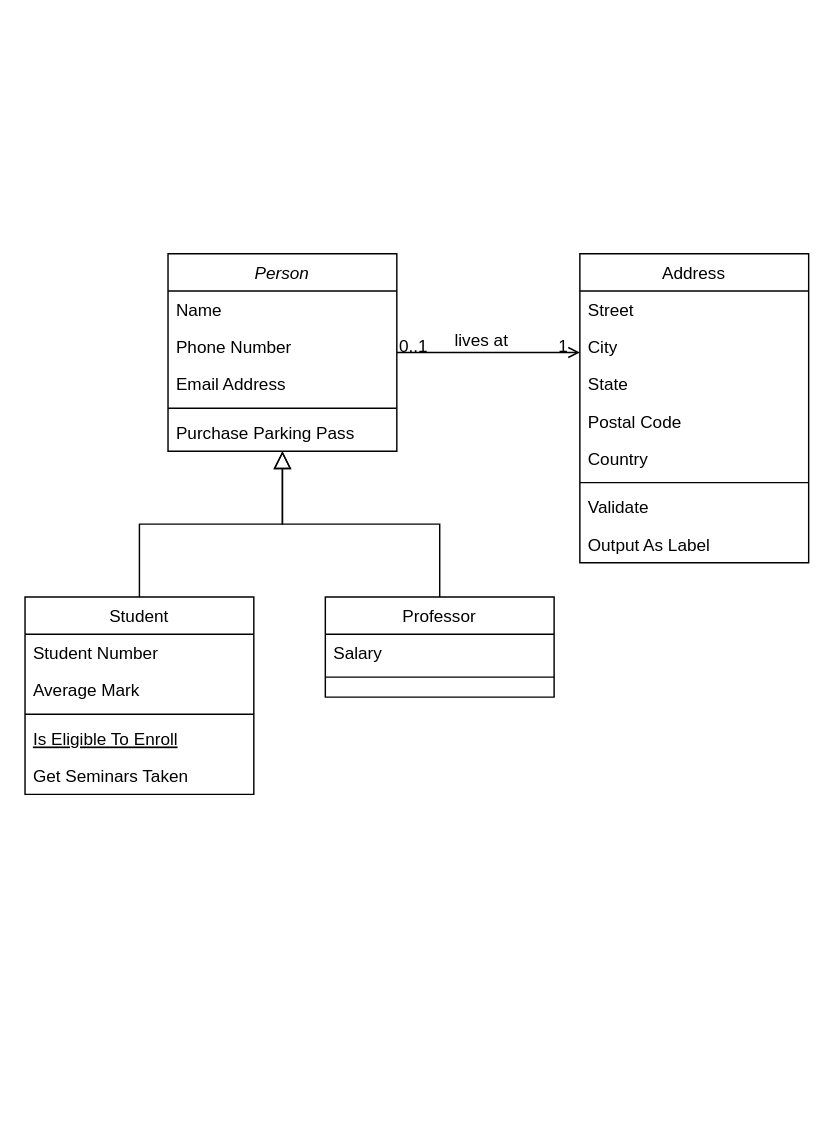
The draw.io diagram src/auth/models/Untitled Diagram.drawio in MariamAlshammari/auth-api, before the edit. Source tidied: cells renumbered, new cells numbered last; positions are measured from the earlier drawing's top-left corner, leaving out a move shared by most shapes. Both pictures are drawn from the tidied source at 143%, with x=0, y=0 at pixel (24, 253).
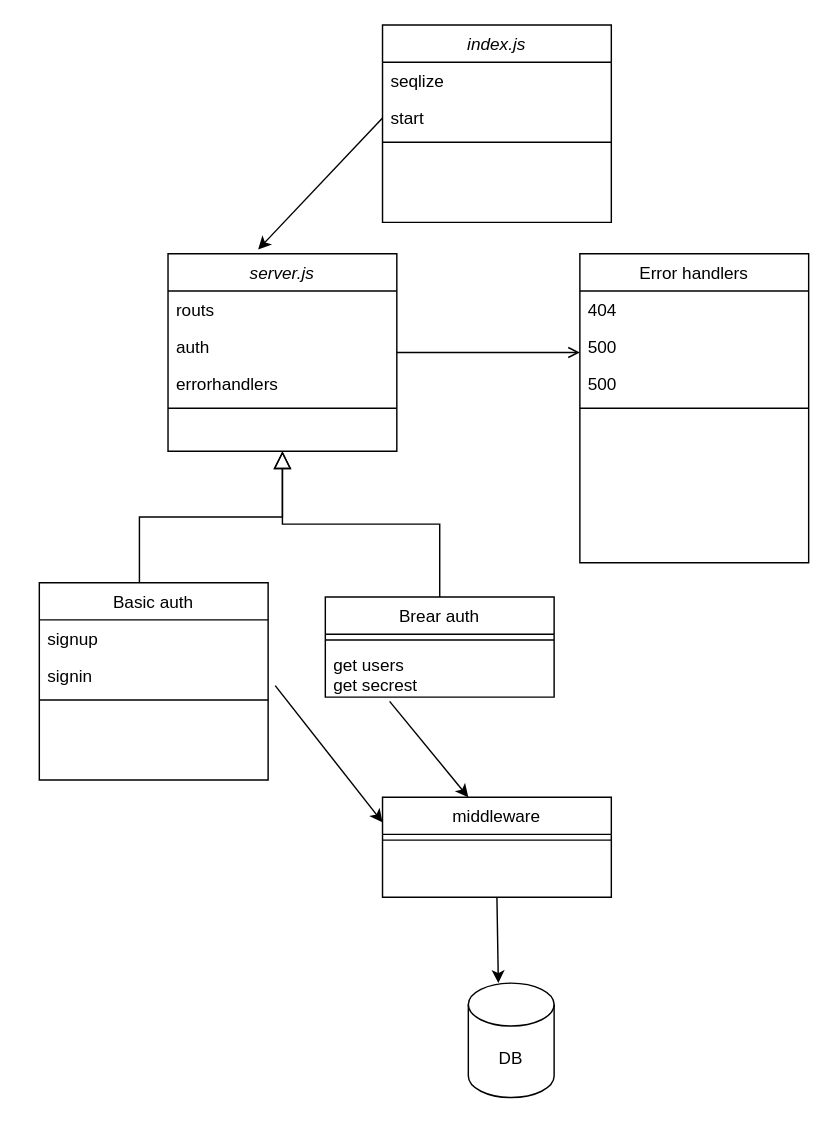
After the change.

Unchanged cells that the change refers to:
```xml
<mxCell id="28" style="endArrow=open;shadow=0;strokeWidth=1;rounded=0;endFill=1;edgeStyle=elbowEdgeStyle;elbow=vertical;" parent="1" edge="1" source="2" target="19">
  <mxGeometry x="0.5" y="41" relative="1" as="geometry">
    <mxPoint x="-40" y="32" as="offset" />
  </mxGeometry>
</mxCell>
```

What changed in the source:
```diff
@@
-    <mxCell id="2" value="Person" style="swimlane;fontStyle=2;align=center;verticalAlign=top;horizontal=1;startSize=26;rounded=0;shadow=0;strokeWidth=1;" parent="1" vertex="1">
+    <mxCell id="2" value="server.js" style="swimlane;fontStyle=2;align=center;verticalAlign=top;horizontal=1;startSize=26;rounded=0;shadow=0;strokeWidth=1;" parent="1" vertex="1">
       <mxGeometry x="100" width="160" height="138" as="geometry" />
     </mxCell>
-    <mxCell id="3" value="Name" style="text;align=left;verticalAlign=top;spacingLeft=4;spacingRight=4;overflow=hidden;" parent="2" vertex="1">
+    <mxCell id="3" value="routs        " style="text;align=left;verticalAlign=top;spacingLeft=4;spacingRight=4;overflow=hidden;" parent="2" vertex="1">
       <mxGeometry y="26" width="160" height="26" as="geometry" />
     </mxCell>
-    <mxCell id="4" value="Phone Number" style="text;align=left;verticalAlign=top;spacingLeft=4;spacingRight=4;overflow=hidden;rounded=0;shadow=0;html=0;" parent="2" vertex="1">
+    <mxCell id="4" value="auth" style="text;align=left;verticalAlign=top;spacingLeft=4;spacingRight=4;overflow=hidden;rounded=0;shadow=0;html=0;" parent="2" vertex="1">
       <mxGeometry y="52" width="160" height="26" as="geometry" />
     </mxCell>
-    <mxCell id="5" value="Email Address" style="text;align=left;verticalAlign=top;spacingLeft=4;spacingRight=4;overflow=hidden;rounded=0;shadow=0;html=0;" parent="2" vertex="1">
+    <mxCell id="5" value="errorhandlers" style="text;align=left;verticalAlign=top;spacingLeft=4;spacingRight=4;overflow=hidden;rounded=0;shadow=0;html=0;" parent="2" vertex="1">
       <mxGeometry y="78" width="160" height="26" as="geometry" />
     </mxCell>
@@
-    <mxCell id="7" value="Purchase Parking Pass" style="text;align=left;verticalAlign=top;spacingLeft=4;spacingRight=4;overflow=hidden;" parent="2" vertex="1">
-      <mxGeometry y="112" width="160" height="26" as="geometry" />
-    </mxCell>
-    <mxCell id="8" value="Student" style="swimlane;fontStyle=0;align=center;verticalAlign=top;horizontal=1;startSize=26;rounded=0;shadow=0;strokeWidth=1;" parent="1" vertex="1">
-      <mxGeometry y="240" width="160" height="138" as="geometry" />
+    <mxCell id="8" value="Basic auth" style="swimlane;fontStyle=0;align=center;verticalAlign=top;horizontal=1;startSize=26;rounded=0;shadow=0;strokeWidth=1;" parent="1" vertex="1">
+      <mxGeometry x="10" y="230" width="160" height="138" as="geometry" />
     </mxCell>
-    <mxCell id="9" value="Student Number" style="text;align=left;verticalAlign=top;spacingLeft=4;spacingRight=4;overflow=hidden;" parent="8" vertex="1">
+    <mxCell id="9" value="signup" style="text;align=left;verticalAlign=top;spacingLeft=4;spacingRight=4;overflow=hidden;" parent="8" vertex="1">
       <mxGeometry y="26" width="160" height="26" as="geometry" />
     </mxCell>
-    <mxCell id="10" value="Average Mark" style="text;align=left;verticalAlign=top;spacingLeft=4;spacingRight=4;overflow=hidden;points=[[0,0.5],[1,0.5]];portConstraint=eastwest;rounded=0;shadow=0;html=0;" parent="8" vertex="1">
+    <mxCell id="10" value="signin" style="text;align=left;verticalAlign=top;spacingLeft=4;spacingRight=4;overflow=hidden;points=[[0,0.5],[1,0.5]];portConstraint=eastwest;rounded=0;shadow=0;html=0;" parent="8" vertex="1">
       <mxGeometry y="52" width="160" height="26" as="geometry" />
     </mxCell>
@@
-    <mxCell id="12" value="Is Eligible To Enroll" style="text;align=left;verticalAlign=top;spacingLeft=4;spacingRight=4;overflow=hidden;fontStyle=4;" parent="8" vertex="1">
-      <mxGeometry y="86" width="160" height="26" as="geometry" />
-    </mxCell>
-    <mxCell id="13" value="Get Seminars Taken" style="text;align=left;verticalAlign=top;spacingLeft=4;spacingRight=4;overflow=hidden;" parent="8" vertex="1">
-      <mxGeometry y="112" width="160" height="26" as="geometry" />
-    </mxCell>
-    <mxCell id="14" style="endArrow=block;endSize=10;endFill=0;shadow=0;strokeWidth=1;rounded=0;edgeStyle=elbowEdgeStyle;elbow=vertical;" parent="1" edge="1" source="8" target="2">
-      <mxGeometry relative="1" as="geometry" />
+    <mxCell id="14" style="endArrow=block;endSize=10;endFill=0;shadow=0;strokeWidth=1;rounded=0;edgeStyle=elbowEdgeStyle;elbow=vertical;" parent="1" edge="1" target="2">
+      <mxGeometry relative="1" as="geometry">
+        <mxPoint x="80" y="230" as="sourcePoint" />
+      </mxGeometry>
     </mxCell>
-    <mxCell id="15" value="Professor" style="swimlane;fontStyle=0;align=center;verticalAlign=top;horizontal=1;startSize=26;rounded=0;shadow=0;strokeWidth=1;" parent="1" vertex="1">
+    <mxCell id="15" value="Brear auth" style="swimlane;fontStyle=0;align=center;verticalAlign=top;horizontal=1;startSize=26;rounded=0;shadow=0;strokeWidth=1;" parent="1" vertex="1">
       <mxGeometry x="210" y="240" width="160" height="70" as="geometry" />
     </mxCell>
+    <mxCell id="17" style="line;html=1;strokeWidth=1;align=left;verticalAlign=middle;spacingTop=-1;spacingLeft=3;spacingRight=3;labelPosition=right;" parent="15" vertex="1">
+      <mxGeometry y="26" width="160" height="8" as="geometry" />
+    </mxCell>
-    <mxCell id="16" value="Salary" style="text;align=left;verticalAlign=top;spacingLeft=4;spacingRight=4;overflow=hidden;points=[[0,0.5],[1,0.5]];portConstraint=eastwest;" parent="15" vertex="1">
-      <mxGeometry y="26" width="160" height="26" as="geometry" />
+    <mxCell id="16" value="get users&#10;get secrest" style="text;align=left;verticalAlign=top;spacingLeft=4;spacingRight=4;overflow=hidden;points=[[0,0.5],[1,0.5]];portConstraint=eastwest;" parent="15" vertex="1">
+      <mxGeometry y="34" width="160" height="36" as="geometry" />
     </mxCell>
-    <mxCell id="17" style="line;html=1;strokeWidth=1;align=left;verticalAlign=middle;spacingTop=-1;spacingLeft=3;spacingRight=3;labelPosition=right;" parent="15" vertex="1">
-      <mxGeometry y="52" width="160" height="8" as="geometry" />
-    </mxCell>
@@
-    <mxCell id="19" value="Address" style="swimlane;fontStyle=0;align=center;verticalAlign=top;horizontal=1;startSize=26;rounded=0;shadow=0;strokeWidth=1;" parent="1" vertex="1">
+    <mxCell id="19" value="Error handlers" style="swimlane;fontStyle=0;align=center;verticalAlign=top;horizontal=1;startSize=26;rounded=0;shadow=0;strokeWidth=1;" parent="1" vertex="1">
       <mxGeometry x="388" width="160" height="216" as="geometry" />
     </mxCell>
-    <mxCell id="20" value="Street" style="text;align=left;verticalAlign=top;spacingLeft=4;spacingRight=4;overflow=hidden;" parent="19" vertex="1">
+    <mxCell id="20" value="404" style="text;align=left;verticalAlign=top;spacingLeft=4;spacingRight=4;overflow=hidden;" parent="19" vertex="1">
       <mxGeometry y="26" width="160" height="26" as="geometry" />
     </mxCell>
+    <mxCell id="32" value="500" style="text;align=left;verticalAlign=top;spacingLeft=4;spacingRight=4;overflow=hidden;rounded=0;shadow=0;html=0;" parent="19" vertex="1">
+      <mxGeometry y="52" width="160" height="26" as="geometry" />
+    </mxCell>
-    <mxCell id="21" value="City" style="text;align=left;verticalAlign=top;spacingLeft=4;spacingRight=4;overflow=hidden;rounded=0;shadow=0;html=0;" parent="19" vertex="1">
-      <mxGeometry y="52" width="160" height="26" as="geometry" />
+    <mxCell id="21" value="500" style="text;align=left;verticalAlign=top;spacingLeft=4;spacingRight=4;overflow=hidden;rounded=0;shadow=0;html=0;" parent="19" vertex="1">
+      <mxGeometry y="78" width="160" height="26" as="geometry" />
     </mxCell>
-    <mxCell id="22" value="State" style="text;align=left;verticalAlign=top;spacingLeft=4;spacingRight=4;overflow=hidden;rounded=0;shadow=0;html=0;" parent="19" vertex="1">
-      <mxGeometry y="78" width="160" height="26" as="geometry" />
-    </mxCell>
-    <mxCell id="23" value="Postal Code" style="text;align=left;verticalAlign=top;spacingLeft=4;spacingRight=4;overflow=hidden;rounded=0;shadow=0;html=0;" parent="19" vertex="1">
-      <mxGeometry y="104" width="160" height="26" as="geometry" />
-    </mxCell>
-    <mxCell id="24" value="Country" style="text;align=left;verticalAlign=top;spacingLeft=4;spacingRight=4;overflow=hidden;rounded=0;shadow=0;html=0;" parent="19" vertex="1">
-      <mxGeometry y="130" width="160" height="26" as="geometry" />
-    </mxCell>
     <mxCell id="25" style="line;html=1;strokeWidth=1;align=left;verticalAlign=middle;spacingTop=-1;spacingLeft=3;spacingRight=3;labelPosition=right;" parent="19" vertex="1">
-      <mxGeometry y="156" width="160" height="8" as="geometry" />
+      <mxGeometry y="104" width="160" height="8" as="geometry" />
     </mxCell>
-    <mxCell id="26" value="Validate" style="text;align=left;verticalAlign=top;spacingLeft=4;spacingRight=4;overflow=hidden;" parent="19" vertex="1">
-      <mxGeometry y="164" width="160" height="26" as="geometry" />
-    </mxCell>
-    <mxCell id="27" value="Output As Label" style="text;align=left;verticalAlign=top;spacingLeft=4;spacingRight=4;overflow=hidden;" parent="19" vertex="1">
-      <mxGeometry y="190" width="160" height="26" as="geometry" />
-    </mxCell>
@@
-    <mxCell id="29" value="0..1" style="align=left;verticalAlign=bottom;labelBackgroundColor=none;fontSize=12;" parent="28" vertex="1">
-      <mxGeometry x="-1" relative="1" as="geometry">
-        <mxPoint y="4" as="offset" />
-      </mxGeometry>
-    </mxCell>
-    <mxCell id="30" value="1" style="align=right;verticalAlign=bottom;labelBackgroundColor=none;fontSize=12;" parent="28" vertex="1">
-      <mxGeometry x="1" relative="1" as="geometry">
-        <mxPoint x="-7" y="4" as="offset" />
-      </mxGeometry>
-    </mxCell>
-    <mxCell id="31" value="lives at" style="text;html=1;align=center;verticalAlign=middle;labelBackgroundColor=none;rounded=0;shadow=0;strokeWidth=1;fontSize=12;" parent="28" vertex="1">
-      <mxGeometry x="0.5" y="49" relative="1" as="geometry">
-        <mxPoint x="-38" y="40" as="offset" />
-      </mxGeometry>
-    </mxCell>
+    <mxCell id="33" value="index.js" style="swimlane;fontStyle=2;align=center;verticalAlign=top;horizontal=1;startSize=26;rounded=0;shadow=0;strokeWidth=1;" parent="1" vertex="1">
+      <mxGeometry x="250" y="-160" width="160" height="138" as="geometry" />
+    </mxCell>
+    <mxCell id="34" value="seqlize" style="text;align=left;verticalAlign=top;spacingLeft=4;spacingRight=4;overflow=hidden;" parent="33" vertex="1">
+      <mxGeometry y="26" width="160" height="26" as="geometry" />
+    </mxCell>
+    <mxCell id="35" value="start" style="text;align=left;verticalAlign=top;spacingLeft=4;spacingRight=4;overflow=hidden;points=[[0,0.5],[1,0.5]];portConstraint=eastwest;rounded=0;shadow=0;html=0;" parent="33" vertex="1">
+      <mxGeometry y="52" width="160" height="26" as="geometry" />
+    </mxCell>
+    <mxCell id="36" style="line;html=1;strokeWidth=1;align=left;verticalAlign=middle;spacingTop=-1;spacingLeft=3;spacingRight=3;labelPosition=right;" parent="33" vertex="1">
+      <mxGeometry y="78" width="160" height="8" as="geometry" />
+    </mxCell>
+    <mxCell id="37" style="endArrow=classic;html=1;exitX=0;exitY=0.5;exitDx=0;exitDy=0;entryX=0.394;entryY=-0.022;entryDx=0;entryDy=0;entryPerimeter=0;" parent="1" edge="1" source="35" target="2">
+      <mxGeometry relative="1" as="geometry" />
+    </mxCell>
+    <mxCell id="38" value="middleware" style="swimlane;fontStyle=0;align=center;verticalAlign=top;horizontal=1;startSize=26;rounded=0;shadow=0;strokeWidth=1;" parent="1" vertex="1">
+      <mxGeometry x="250" y="380" width="160" height="70" as="geometry" />
+    </mxCell>
+    <mxCell id="39" style="line;html=1;strokeWidth=1;align=left;verticalAlign=middle;spacingTop=-1;spacingLeft=3;spacingRight=3;labelPosition=right;" parent="38" vertex="1">
+      <mxGeometry y="26" width="160" height="8" as="geometry" />
+    </mxCell>
+    <mxCell id="40" style="endArrow=classic;html=1;exitX=0.281;exitY=1.083;exitDx=0;exitDy=0;exitPerimeter=0;" parent="1" edge="1" source="16">
+      <mxGeometry relative="1" as="geometry">
+        <mxPoint x="310" y="380" as="targetPoint" />
+      </mxGeometry>
+    </mxCell>
+    <mxCell id="41" style="endArrow=classic;html=1;exitX=1.031;exitY=0.769;exitDx=0;exitDy=0;exitPerimeter=0;entryX=0;entryY=0.25;entryDx=0;entryDy=0;" parent="1" edge="1" source="10" target="38">
+      <mxGeometry relative="1" as="geometry" />
+    </mxCell>
+    <mxCell id="42" value="DB" style="shape=cylinder3;whiteSpace=wrap;html=1;boundedLbl=1;backgroundOutline=1;size=15;" parent="1" vertex="1">
+      <mxGeometry x="310" y="510" width="60" height="80" as="geometry" />
+    </mxCell>
+    <mxCell id="43" style="endArrow=classic;html=1;entryX=0.35;entryY=0;entryDx=0;entryDy=0;entryPerimeter=0;" parent="1" edge="1" target="42">
+      <mxGeometry relative="1" as="geometry">
+        <mxPoint x="330" y="450" as="sourcePoint" />
+      </mxGeometry>
+    </mxCell>
```
